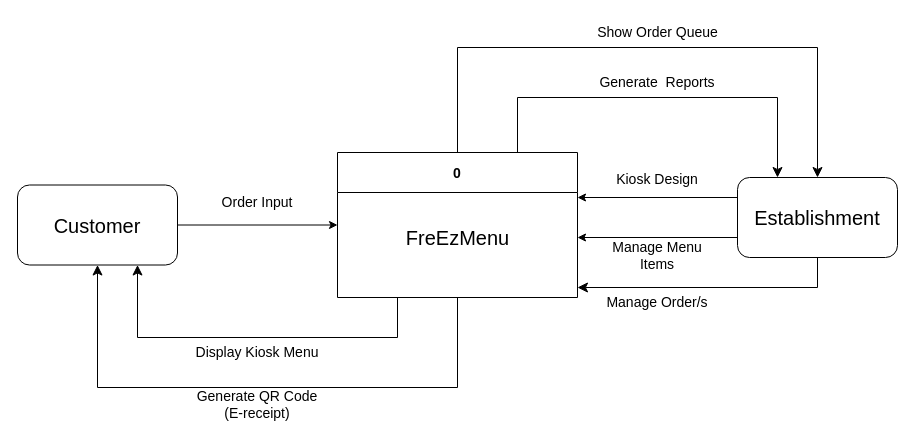
Above: DOCS/Diagrams/drawio/Context Flow Diagram.drawio in alexxGmZ/MenuMaApp (draw.io), before the change. Source tidied: cells renumbered, new cells numbered last; positions are measured from the earlier drawing's top-left corner, leaving out a move shared by most shapes. Both pictures are drawn from the tidied source at 100%, with x=0, y=0 at pixel (17, 17).
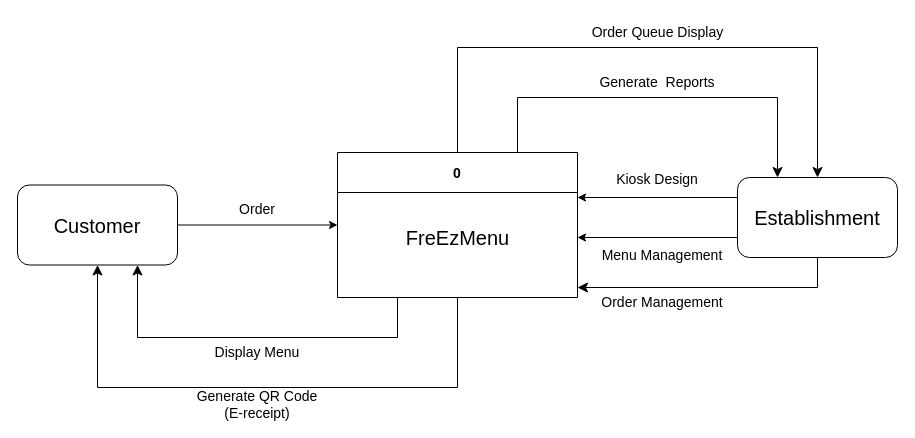
The same page after the edit.

Commit message:
revised the context flow diagram

What changed in the source:
```diff
@@
-    <mxCell id="6" value="Order Input" style="text;html=1;strokeColor=none;fillColor=none;align=center;verticalAlign=middle;whiteSpace=wrap;rounded=0;fontSize=14;" parent="1" vertex="1">
-      <mxGeometry x="190" y="170" width="100" height="30" as="geometry" />
+    <mxCell id="6" value="Order" style="text;html=1;strokeColor=none;fillColor=none;align=center;verticalAlign=middle;whiteSpace=wrap;rounded=0;fontSize=14;" parent="1" vertex="1">
+      <mxGeometry x="190" y="177" width="100" height="30" as="geometry" />
     </mxCell>
@@
-    <mxCell id="12" value="Show Order Queue" style="text;html=1;strokeColor=none;fillColor=none;align=center;verticalAlign=middle;whiteSpace=wrap;rounded=0;fontSize=14;" parent="1" vertex="1">
+    <mxCell id="12" value="Order Queue Display" style="text;html=1;strokeColor=none;fillColor=none;align=center;verticalAlign=middle;whiteSpace=wrap;rounded=0;fontSize=14;" parent="1" vertex="1">
       <mxGeometry x="567.5" width="145" height="30" as="geometry" />
     </mxCell>
@@
-    <mxCell id="14" value="Display Kiosk Menu" style="text;html=1;strokeColor=none;fillColor=none;align=center;verticalAlign=middle;whiteSpace=wrap;rounded=0;fontSize=14;" parent="1" vertex="1">
+    <mxCell id="14" value="Display Menu" style="text;html=1;strokeColor=none;fillColor=none;align=center;verticalAlign=middle;whiteSpace=wrap;rounded=0;fontSize=14;" parent="1" vertex="1">
       <mxGeometry x="175" y="320" width="130" height="30" as="geometry" />
     </mxCell>
@@
-    <mxCell id="18" value="Manage Menu Items" style="text;html=1;strokeColor=none;fillColor=none;align=center;verticalAlign=middle;whiteSpace=wrap;rounded=0;fontSize=14;" parent="1" vertex="1">
-      <mxGeometry x="590" y="223" width="100" height="30" as="geometry" />
+    <mxCell id="18" value="Menu Management" style="text;html=1;strokeColor=none;fillColor=none;align=center;verticalAlign=middle;whiteSpace=wrap;rounded=0;fontSize=14;" parent="1" vertex="1">
+      <mxGeometry x="580" y="223" width="130" height="30" as="geometry" />
     </mxCell>
@@
-    <mxCell id="21" value="Manage Order/s" style="text;html=1;strokeColor=none;fillColor=none;align=center;verticalAlign=middle;whiteSpace=wrap;rounded=0;fontSize=14;" parent="1" vertex="1">
-      <mxGeometry x="580" y="270" width="120" height="30" as="geometry" />
+    <mxCell id="21" value="Order Management" style="text;html=1;strokeColor=none;fillColor=none;align=center;verticalAlign=middle;whiteSpace=wrap;rounded=0;fontSize=14;" parent="1" vertex="1">
+      <mxGeometry x="580" y="270" width="130" height="30" as="geometry" />
     </mxCell>
```
